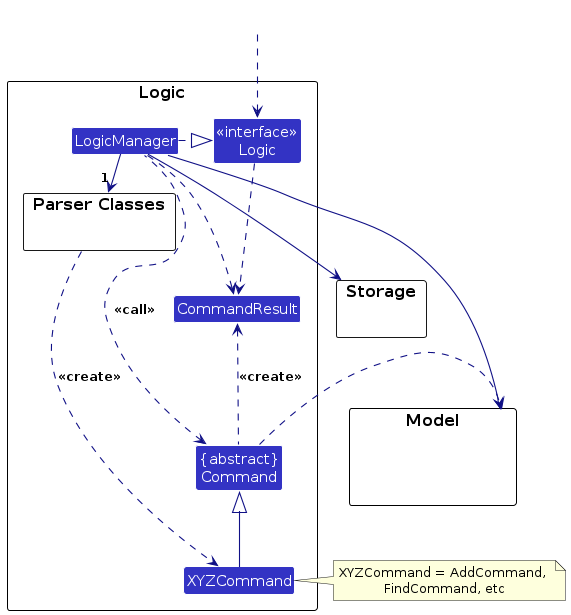
Above: diagrams/LogicClassDiagram.png in AY2627S1-CS2103T-W14-2/tp (PlantUML), before the change. Its source is kept beside it as diagrams/LogicClassDiagram.puml.
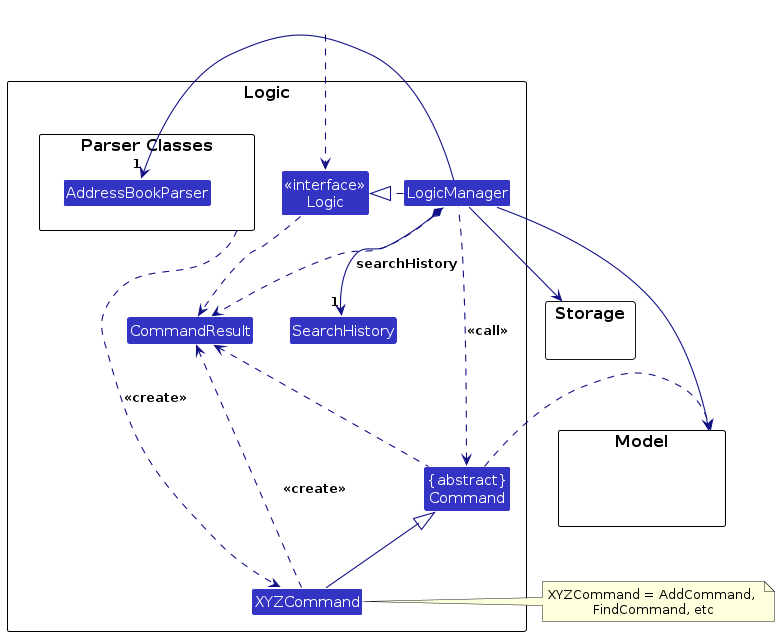
Above is the later version.

The edit, as a diff of the source:
```diff
@@ -7,6 +7,7 @@
 package Logic as LogicPackage {
 
 package "Parser Classes" as ParserClasses{
+Class AddressBookParser
 }
 Class XYZCommand
 Class CommandResult
@@ -15,6 +16,7 @@
 
 Class "<<interface>>\nLogic" as Logic
 Class LogicManager
+Class SearchHistory
 }
 
 package Model {
@@ -28,7 +30,7 @@
 HiddenOutside ..> Logic
 
 LogicManager .right.|> Logic
-LogicManager -right->"1" ParserClasses
+LogicManager -right->"1" AddressBookParser
 ParserClasses ..> XYZCommand : <<create>>
 
 XYZCommand -up-|> Command
@@ -36,6 +38,7 @@
 
 LogicManager --> Model
 LogicManager --> Storage
+LogicManager *--> "1" SearchHistory : searchHistory
 Storage --[hidden] Model
 Command .[hidden]up.> Storage
 Command .right.> Model
@@ -43,5 +46,6 @@
 
 Logic ..> CommandResult
 LogicManager .down.> CommandResult
-Command .up.> CommandResult : <<create>>
+Command .up.> CommandResult
+XYZCommand .up.> CommandResult : <<create>>
 @enduml
```
